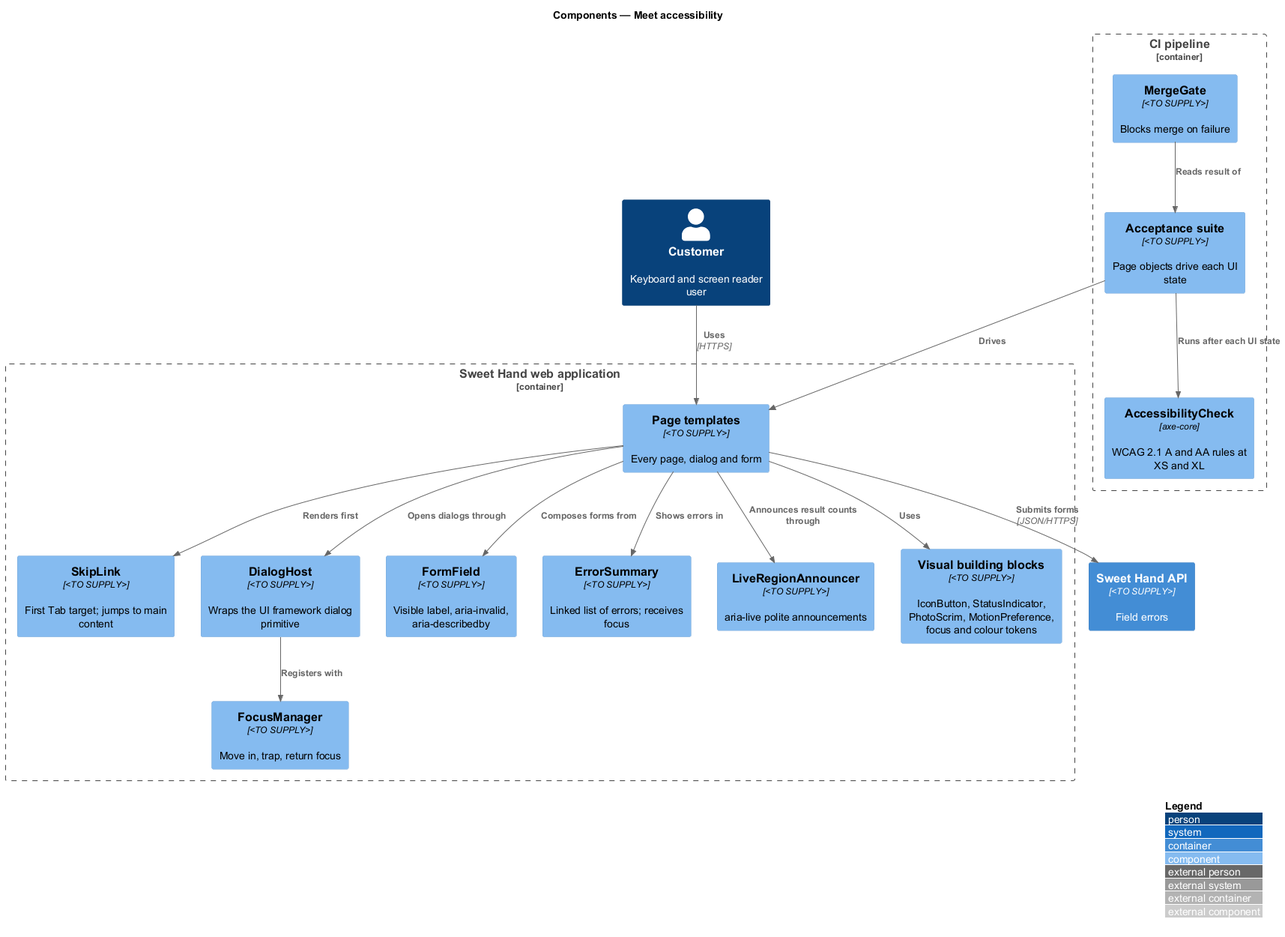
Earlier version of the PlantUML export docs/detailed-designs/platform/meet-accessibility/diagrams/c4-component.png (QuinntyneBrown/sweet-hand). Its diagram source:
```plantuml
@startuml
!include <C4/C4_Component>
LAYOUT_WITH_LEGEND()
title Components — Meet accessibility

Person(customer, "Customer", "Keyboard and screen reader user")
Container_Boundary(web, "Sweet Hand web application") {
  Component(page, "Page templates", "<TO SUPPLY>", "Every page, dialog and form")
  Component(skip, "SkipLink", "<TO SUPPLY>", "First Tab target; jumps to main content")
  Component(dialog, "DialogHost", "<TO SUPPLY>", "Wraps the UI framework dialog primitive")
  Component(focus, "FocusManager", "<TO SUPPLY>", "Move in, trap, return focus")
  Component(field, "FormField", "<TO SUPPLY>", "Visible label, aria-invalid, aria-describedby")
  Component(summary, "ErrorSummary", "<TO SUPPLY>", "Linked list of errors; receives focus")
  Component(live, "LiveRegionAnnouncer", "<TO SUPPLY>", "aria-live polite announcements")
  Component(visual, "Visual building blocks", "<TO SUPPLY>", "IconButton, StatusIndicator, PhotoScrim, MotionPreference, focus and colour tokens")
}
Container(api, "Sweet Hand API", "<TO SUPPLY>", "Field errors")
Container_Boundary(ci, "CI pipeline") {
  Component(suite, "Acceptance suite", "<TO SUPPLY>", "Page objects drive each UI state")
  Component(check, "AccessibilityCheck", "axe-core", "WCAG 2.1 A and AA rules at XS and XL")
  Component(gate, "MergeGate", "<TO SUPPLY>", "Blocks merge on failure")
}

Rel(customer, page, "Uses", "HTTPS")
Rel(page, skip, "Renders first")
Rel(page, dialog, "Opens dialogs through")
Rel(dialog, focus, "Registers with")
Rel(page, field, "Composes forms from")
Rel(page, summary, "Shows errors in")
Rel(page, live, "Announces result counts through")
Rel(page, visual, "Uses")
Rel(page, api, "Submits forms", "JSON/HTTPS")
Rel(suite, page, "Drives")
Rel(suite, check, "Runs after each UI state")
Rel(gate, suite, "Reads result of")
@enduml
```
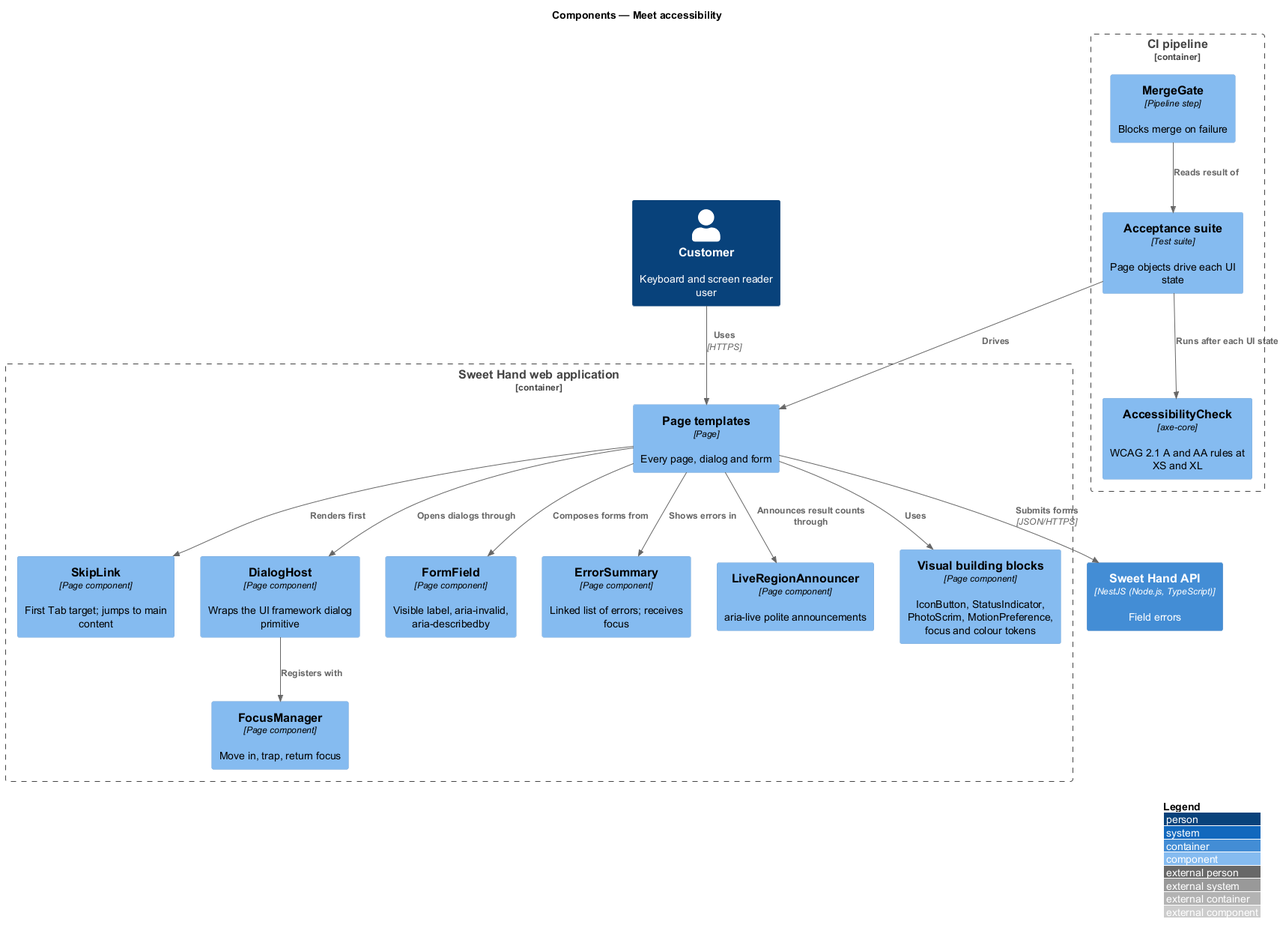
The same file after the commit.

What changed in the source:
```diff
@@ -5,20 +5,20 @@
 
 Person(customer, "Customer", "Keyboard and screen reader user")
 Container_Boundary(web, "Sweet Hand web application") {
-  Component(page, "Page templates", "<TO SUPPLY>", "Every page, dialog and form")
-  Component(skip, "SkipLink", "<TO SUPPLY>", "First Tab target; jumps to main content")
-  Component(dialog, "DialogHost", "<TO SUPPLY>", "Wraps the UI framework dialog primitive")
-  Component(focus, "FocusManager", "<TO SUPPLY>", "Move in, trap, return focus")
-  Component(field, "FormField", "<TO SUPPLY>", "Visible label, aria-invalid, aria-describedby")
-  Component(summary, "ErrorSummary", "<TO SUPPLY>", "Linked list of errors; receives focus")
-  Component(live, "LiveRegionAnnouncer", "<TO SUPPLY>", "aria-live polite announcements")
-  Component(visual, "Visual building blocks", "<TO SUPPLY>", "IconButton, StatusIndicator, PhotoScrim, MotionPreference, focus and colour tokens")
+  Component(page, "Page templates", "Page", "Every page, dialog and form")
+  Component(skip, "SkipLink", "Page component", "First Tab target; jumps to main content")
+  Component(dialog, "DialogHost", "Page component", "Wraps the UI framework dialog primitive")
+  Component(focus, "FocusManager", "Page component", "Move in, trap, return focus")
+  Component(field, "FormField", "Page component", "Visible label, aria-invalid, aria-describedby")
+  Component(summary, "ErrorSummary", "Page component", "Linked list of errors; receives focus")
+  Component(live, "LiveRegionAnnouncer", "Page component", "aria-live polite announcements")
+  Component(visual, "Visual building blocks", "Page component", "IconButton, StatusIndicator, PhotoScrim, MotionPreference, focus and colour tokens")
 }
-Container(api, "Sweet Hand API", "<TO SUPPLY>", "Field errors")
+Container(api, "Sweet Hand API", "NestJS (Node.js, TypeScript)", "Field errors")
 Container_Boundary(ci, "CI pipeline") {
-  Component(suite, "Acceptance suite", "<TO SUPPLY>", "Page objects drive each UI state")
+  Component(suite, "Acceptance suite", "Test suite", "Page objects drive each UI state")
   Component(check, "AccessibilityCheck", "axe-core", "WCAG 2.1 A and AA rules at XS and XL")
-  Component(gate, "MergeGate", "<TO SUPPLY>", "Blocks merge on failure")
+  Component(gate, "MergeGate", "Pipeline step", "Blocks merge on failure")
 }
 
 Rel(customer, page, "Uses", "HTTPS")
```
